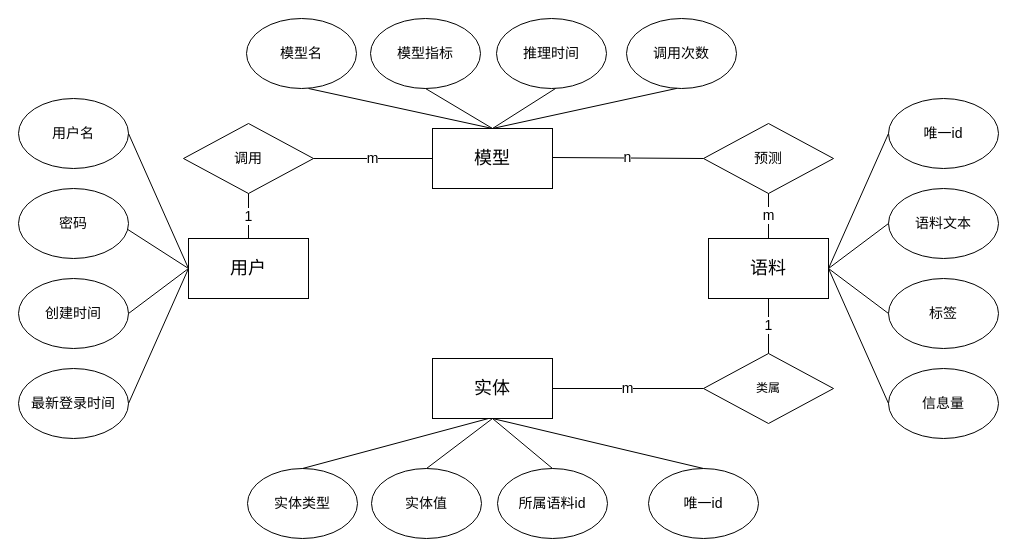
This is thesis-ch5-er.drawio from zhanghaok/diagram, a draw.io file, before an edit. Source tidied: cells renumbered, new cells numbered last; positions are measured from the earlier drawing's top-left corner, leaving out a move shared by most shapes. Both pictures are drawn from the tidied source at 100%, with x=0, y=0 at pixel (18, 18).
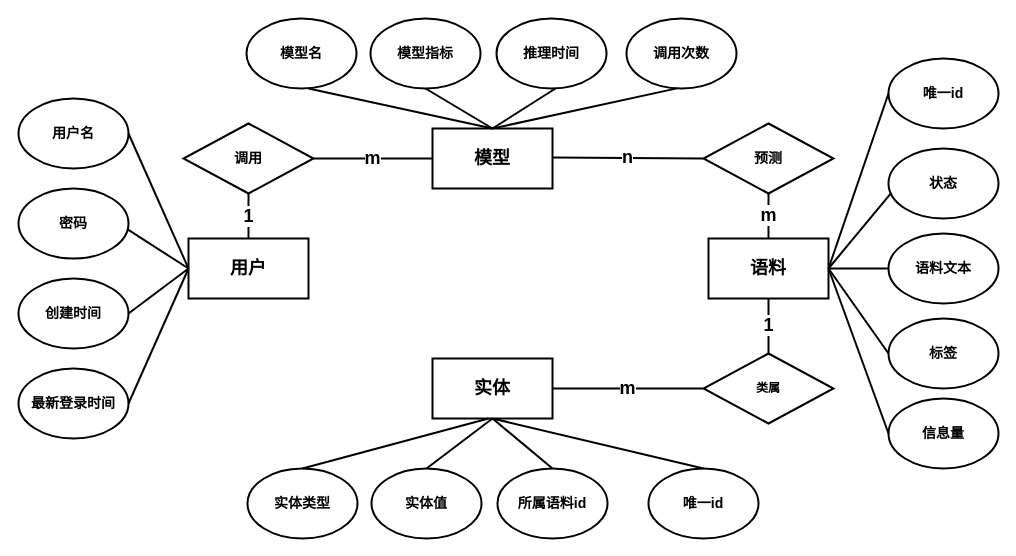
The same page after the edit.

The edit, as a diff of the source:
```diff
@@
-    <mxCell id="2" value="&lt;font style=&quot;font-size: 18px;&quot; face=&quot;宋体&quot;&gt;模型&lt;/font&gt;" style="rounded=0;whiteSpace=wrap;html=1;" parent="1" vertex="1">
+    <mxCell id="2" value="&lt;font style=&quot;font-size: 18px;&quot; face=&quot;宋体&quot;&gt;&lt;b&gt;模型&lt;/b&gt;&lt;/font&gt;" style="rounded=0;whiteSpace=wrap;html=1;strokeWidth=2;" parent="1" vertex="1">
       <mxGeometry x="414" y="110" width="120" height="60" as="geometry" />
     </mxCell>
-    <mxCell id="3" value="&lt;font style=&quot;font-size: 18px;&quot; face=&quot;宋体&quot;&gt;用户&lt;/font&gt;" style="rounded=0;whiteSpace=wrap;html=1;" parent="1" vertex="1">
+    <mxCell id="3" value="&lt;font style=&quot;font-size: 18px;&quot; face=&quot;宋体&quot;&gt;&lt;b&gt;用户&lt;/b&gt;&lt;/font&gt;" style="rounded=0;whiteSpace=wrap;html=1;strokeWidth=2;" parent="1" vertex="1">
       <mxGeometry x="170" y="220" width="120" height="60" as="geometry" />
     </mxCell>
-    <mxCell id="4" value="&lt;font style=&quot;font-size: 18px;&quot; face=&quot;宋体&quot;&gt;实体&lt;/font&gt;" style="rounded=0;whiteSpace=wrap;html=1;" parent="1" vertex="1">
+    <mxCell id="4" value="&lt;font style=&quot;font-size: 18px;&quot; face=&quot;宋体&quot;&gt;&lt;b&gt;实体&lt;/b&gt;&lt;/font&gt;" style="rounded=0;whiteSpace=wrap;html=1;strokeWidth=2;" parent="1" vertex="1">
       <mxGeometry x="414" y="340" width="120" height="60" as="geometry" />
     </mxCell>
-    <mxCell id="5" value="&lt;font style=&quot;font-size: 18px;&quot; face=&quot;宋体&quot;&gt;语料&lt;/font&gt;" style="rounded=0;whiteSpace=wrap;html=1;" parent="1" vertex="1">
+    <mxCell id="5" value="&lt;font style=&quot;font-size: 18px;&quot; face=&quot;宋体&quot;&gt;&lt;b&gt;语料&lt;/b&gt;&lt;/font&gt;" style="rounded=0;whiteSpace=wrap;html=1;strokeWidth=2;" parent="1" vertex="1">
       <mxGeometry x="690" y="220" width="120" height="60" as="geometry" />
     </mxCell>
-    <mxCell id="6" value="&lt;font style=&quot;font-size: 14px;&quot; face=&quot;宋体&quot;&gt;密码&lt;/font&gt;" style="ellipse;whiteSpace=wrap;html=1;" parent="1" vertex="1">
+    <mxCell id="6" value="&lt;font style=&quot;font-size: 14px;&quot; face=&quot;宋体&quot;&gt;&lt;b&gt;密码&lt;/b&gt;&lt;/font&gt;" style="ellipse;whiteSpace=wrap;html=1;strokeWidth=2;" parent="1" vertex="1">
       <mxGeometry y="170" width="110" height="70" as="geometry" />
     </mxCell>
-    <mxCell id="7" value="&lt;font style=&quot;font-size: 14px;&quot; face=&quot;宋体&quot;&gt;用户名&lt;/font&gt;" style="ellipse;whiteSpace=wrap;html=1;" parent="1" vertex="1">
+    <mxCell id="7" value="&lt;font style=&quot;font-size: 14px;&quot; face=&quot;宋体&quot;&gt;&lt;b&gt;用户名&lt;/b&gt;&lt;/font&gt;" style="ellipse;whiteSpace=wrap;html=1;strokeWidth=2;" parent="1" vertex="1">
       <mxGeometry y="80" width="110" height="70" as="geometry" />
     </mxCell>
-    <mxCell id="8" value="&lt;font style=&quot;font-size: 14px;&quot; face=&quot;宋体&quot;&gt;创建时间&lt;/font&gt;" style="ellipse;whiteSpace=wrap;html=1;" parent="1" vertex="1">
+    <mxCell id="8" value="&lt;font style=&quot;font-size: 14px;&quot; face=&quot;宋体&quot;&gt;&lt;b&gt;创建时间&lt;/b&gt;&lt;/font&gt;" style="ellipse;whiteSpace=wrap;html=1;strokeWidth=2;" parent="1" vertex="1">
       <mxGeometry y="260" width="110" height="70" as="geometry" />
     </mxCell>
-    <mxCell id="9" value="&lt;font style=&quot;font-size: 14px;&quot; face=&quot;宋体&quot;&gt;最新登录时间&lt;/font&gt;" style="ellipse;whiteSpace=wrap;html=1;" parent="1" vertex="1">
+    <mxCell id="9" value="&lt;font style=&quot;font-size: 14px;&quot; face=&quot;宋体&quot;&gt;&lt;b&gt;最新登录时间&lt;/b&gt;&lt;/font&gt;" style="ellipse;whiteSpace=wrap;html=1;strokeWidth=2;" parent="1" vertex="1">
       <mxGeometry y="350" width="110" height="70" as="geometry" />
     </mxCell>
-    <mxCell id="10" value="&lt;font style=&quot;font-size: 14px;&quot; face=&quot;宋体&quot;&gt;模型名&lt;/font&gt;" style="ellipse;whiteSpace=wrap;html=1;" parent="1" vertex="1">
+    <mxCell id="10" value="&lt;font style=&quot;font-size: 14px;&quot; face=&quot;宋体&quot;&gt;&lt;b&gt;模型名&lt;/b&gt;&lt;/font&gt;" style="ellipse;whiteSpace=wrap;html=1;strokeWidth=2;" parent="1" vertex="1">
       <mxGeometry x="228" width="110" height="70" as="geometry" />
     </mxCell>
-    <mxCell id="11" value="&lt;font style=&quot;font-size: 14px;&quot; face=&quot;宋体&quot;&gt;模型指标&lt;/font&gt;" style="ellipse;whiteSpace=wrap;html=1;" parent="1" vertex="1">
+    <mxCell id="11" value="&lt;font style=&quot;font-size: 14px;&quot; face=&quot;宋体&quot;&gt;&lt;b&gt;模型指标&lt;/b&gt;&lt;/font&gt;" style="ellipse;whiteSpace=wrap;html=1;strokeWidth=2;" parent="1" vertex="1">
       <mxGeometry x="352" width="110" height="70" as="geometry" />
     </mxCell>
-    <mxCell id="12" value="&lt;font style=&quot;font-size: 14px;&quot; face=&quot;宋体&quot;&gt;推理时间&lt;/font&gt;" style="ellipse;whiteSpace=wrap;html=1;" parent="1" vertex="1">
+    <mxCell id="12" value="&lt;font style=&quot;font-size: 14px;&quot; face=&quot;宋体&quot;&gt;&lt;b&gt;推理时间&lt;/b&gt;&lt;/font&gt;" style="ellipse;whiteSpace=wrap;html=1;strokeWidth=2;" parent="1" vertex="1">
       <mxGeometry x="478" width="110" height="70" as="geometry" />
     </mxCell>
-    <mxCell id="13" value="&lt;font style=&quot;font-size: 14px;&quot; face=&quot;宋体&quot;&gt;调用次数&lt;/font&gt;" style="ellipse;whiteSpace=wrap;html=1;" parent="1" vertex="1">
+    <mxCell id="13" value="&lt;font style=&quot;font-size: 14px;&quot; face=&quot;宋体&quot;&gt;&lt;b&gt;调用次数&lt;/b&gt;&lt;/font&gt;" style="ellipse;whiteSpace=wrap;html=1;strokeWidth=2;" parent="1" vertex="1">
       <mxGeometry x="608" width="110" height="70" as="geometry" />
     </mxCell>
-    <mxCell id="14" value="&lt;font style=&quot;font-size: 14px;&quot; face=&quot;宋体&quot;&gt;实体类型&lt;/font&gt;" style="ellipse;whiteSpace=wrap;html=1;" parent="1" vertex="1">
+    <mxCell id="14" value="&lt;font style=&quot;font-size: 14px;&quot; face=&quot;宋体&quot;&gt;&lt;b&gt;实体类型&lt;/b&gt;&lt;/font&gt;" style="ellipse;whiteSpace=wrap;html=1;strokeWidth=2;" parent="1" vertex="1">
       <mxGeometry x="229" y="450" width="110" height="70" as="geometry" />
     </mxCell>
-    <mxCell id="15" value="&lt;font style=&quot;font-size: 14px;&quot; face=&quot;宋体&quot;&gt;实体值&lt;/font&gt;" style="ellipse;whiteSpace=wrap;html=1;" parent="1" vertex="1">
+    <mxCell id="15" value="&lt;font style=&quot;font-size: 14px;&quot; face=&quot;宋体&quot;&gt;&lt;b&gt;实体值&lt;/b&gt;&lt;/font&gt;" style="ellipse;whiteSpace=wrap;html=1;strokeWidth=2;" parent="1" vertex="1">
       <mxGeometry x="353" y="450" width="110" height="70" as="geometry" />
     </mxCell>
-    <mxCell id="16" value="&lt;font style=&quot;font-size: 14px;&quot; face=&quot;宋体&quot;&gt;所属语料id&lt;/font&gt;" style="ellipse;whiteSpace=wrap;html=1;" parent="1" vertex="1">
+    <mxCell id="16" value="&lt;font style=&quot;font-size: 14px;&quot; face=&quot;宋体&quot;&gt;&lt;b&gt;所属语料id&lt;/b&gt;&lt;/font&gt;" style="ellipse;whiteSpace=wrap;html=1;strokeWidth=2;" parent="1" vertex="1">
       <mxGeometry x="479" y="450" width="110" height="70" as="geometry" />
     </mxCell>
-    <mxCell id="17" value="&lt;font face=&quot;宋体&quot;&gt;&lt;span style=&quot;font-size: 14px;&quot;&gt;唯一id&lt;/span&gt;&lt;/font&gt;" style="ellipse;whiteSpace=wrap;html=1;" parent="1" vertex="1">
+    <mxCell id="17" value="&lt;font face=&quot;宋体&quot;&gt;&lt;span style=&quot;font-size: 14px;&quot;&gt;&lt;b&gt;唯一id&lt;/b&gt;&lt;/span&gt;&lt;/font&gt;" style="ellipse;whiteSpace=wrap;html=1;strokeWidth=2;" parent="1" vertex="1">
       <mxGeometry x="630" y="450" width="110" height="70" as="geometry" />
     </mxCell>
-    <mxCell id="18" value="&lt;font face=&quot;宋体&quot;&gt;&lt;span style=&quot;font-size: 14px;&quot;&gt;语料文本&lt;/span&gt;&lt;/font&gt;" style="ellipse;whiteSpace=wrap;html=1;" parent="1" vertex="1">
-      <mxGeometry x="870" y="170" width="110" height="70" as="geometry" />
+    <mxCell id="18" value="&lt;font face=&quot;宋体&quot;&gt;&lt;span style=&quot;font-size: 14px;&quot;&gt;&lt;b&gt;语料文本&lt;/b&gt;&lt;/span&gt;&lt;/font&gt;" style="ellipse;whiteSpace=wrap;html=1;strokeWidth=2;" parent="1" vertex="1">
+      <mxGeometry x="870" y="215" width="110" height="70" as="geometry" />
     </mxCell>
-    <mxCell id="19" value="&lt;font face=&quot;宋体&quot;&gt;&lt;span style=&quot;font-size: 14px;&quot;&gt;唯一id&lt;/span&gt;&lt;/font&gt;" style="ellipse;whiteSpace=wrap;html=1;" parent="1" vertex="1">
-      <mxGeometry x="870" y="80" width="110" height="70" as="geometry" />
+    <mxCell id="19" value="&lt;font face=&quot;宋体&quot;&gt;&lt;span style=&quot;font-size: 14px;&quot;&gt;&lt;b&gt;唯一id&lt;/b&gt;&lt;/span&gt;&lt;/font&gt;" style="ellipse;whiteSpace=wrap;html=1;strokeWidth=2;" parent="1" vertex="1">
+      <mxGeometry x="870" y="40" width="110" height="70" as="geometry" />
     </mxCell>
-    <mxCell id="20" value="&lt;font face=&quot;宋体&quot;&gt;&lt;span style=&quot;font-size: 14px;&quot;&gt;标签&lt;/span&gt;&lt;/font&gt;" style="ellipse;whiteSpace=wrap;html=1;" parent="1" vertex="1">
-      <mxGeometry x="870" y="260" width="110" height="70" as="geometry" />
+    <mxCell id="20" value="&lt;font face=&quot;宋体&quot;&gt;&lt;span style=&quot;font-size: 14px;&quot;&gt;&lt;b&gt;标签&lt;/b&gt;&lt;/span&gt;&lt;/font&gt;" style="ellipse;whiteSpace=wrap;html=1;strokeWidth=2;" parent="1" vertex="1">
+      <mxGeometry x="870" y="300" width="110" height="70" as="geometry" />
     </mxCell>
-    <mxCell id="21" value="&lt;font style=&quot;font-size: 14px;&quot; face=&quot;宋体&quot;&gt;信息量&lt;/font&gt;" style="ellipse;whiteSpace=wrap;html=1;" parent="1" vertex="1">
-      <mxGeometry x="870" y="350" width="110" height="70" as="geometry" />
+    <mxCell id="21" value="&lt;font style=&quot;font-size: 14px;&quot; face=&quot;宋体&quot;&gt;&lt;b&gt;信息量&lt;/b&gt;&lt;/font&gt;" style="ellipse;whiteSpace=wrap;html=1;strokeWidth=2;" parent="1" vertex="1">
+      <mxGeometry x="870" y="380" width="110" height="70" as="geometry" />
     </mxCell>
-    <mxCell id="22" value="&lt;font face=&quot;宋体&quot; style=&quot;font-size: 14px;&quot;&gt;调用&lt;/font&gt;" style="rhombus;whiteSpace=wrap;html=1;" parent="1" vertex="1">
+    <mxCell id="22" value="&lt;font face=&quot;宋体&quot; style=&quot;font-size: 14px;&quot;&gt;&lt;b&gt;调用&lt;/b&gt;&lt;/font&gt;" style="rhombus;whiteSpace=wrap;html=1;strokeWidth=2;" parent="1" vertex="1">
       <mxGeometry x="165" y="105" width="130" height="70" as="geometry" />
     </mxCell>
-    <mxCell id="23" value="&lt;font style=&quot;font-size: 14px;&quot; face=&quot;宋体&quot;&gt;预测&lt;/font&gt;" style="rhombus;whiteSpace=wrap;html=1;" parent="1" vertex="1">
+    <mxCell id="23" value="&lt;font style=&quot;font-size: 14px;&quot; face=&quot;宋体&quot;&gt;&lt;b&gt;预测&lt;/b&gt;&lt;/font&gt;" style="rhombus;whiteSpace=wrap;html=1;strokeWidth=2;" parent="1" vertex="1">
       <mxGeometry x="685" y="105" width="130" height="70" as="geometry" />
     </mxCell>
-    <mxCell id="24" value="&lt;font face=&quot;宋体&quot;&gt;类属&lt;/font&gt;" style="rhombus;whiteSpace=wrap;html=1;" parent="1" vertex="1">
+    <mxCell id="24" value="&lt;font face=&quot;宋体&quot;&gt;&lt;b&gt;类属&lt;/b&gt;&lt;/font&gt;" style="rhombus;whiteSpace=wrap;html=1;strokeWidth=2;" parent="1" vertex="1">
       <mxGeometry x="685" y="335" width="130" height="70" as="geometry" />
     </mxCell>
-    <mxCell id="25" style="endArrow=none;html=1;rounded=0;entryX=0;entryY=0.5;entryDx=0;entryDy=0;exitX=1;exitY=0.5;exitDx=0;exitDy=0;" parent="1" edge="1" source="7" target="3">
+    <mxCell id="25" style="endArrow=none;html=1;rounded=0;entryX=0;entryY=0.5;entryDx=0;entryDy=0;exitX=1;exitY=0.5;exitDx=0;exitDy=0;strokeWidth=2;" parent="1" edge="1" source="7" target="3">
       <mxGeometry relative="1" as="geometry" />
     </mxCell>
-    <mxCell id="26" style="endArrow=none;html=1;rounded=0;exitX=0.992;exitY=0.584;exitDx=0;exitDy=0;entryX=0;entryY=0.5;entryDx=0;entryDy=0;exitPerimeter=0;" parent="1" edge="1" source="6" target="3">
+    <mxCell id="26" style="endArrow=none;html=1;rounded=0;exitX=0.992;exitY=0.584;exitDx=0;exitDy=0;entryX=0;entryY=0.5;entryDx=0;entryDy=0;exitPerimeter=0;strokeWidth=2;" parent="1" edge="1" source="6" target="3">
       <mxGeometry relative="1" as="geometry" />
     </mxCell>
-    <mxCell id="27" style="endArrow=none;html=1;rounded=0;exitX=1;exitY=0.5;exitDx=0;exitDy=0;entryX=0;entryY=0.5;entryDx=0;entryDy=0;" parent="1" edge="1" source="8" target="3">
+    <mxCell id="27" style="endArrow=none;html=1;rounded=0;exitX=1;exitY=0.5;exitDx=0;exitDy=0;entryX=0;entryY=0.5;entryDx=0;entryDy=0;strokeWidth=2;" parent="1" edge="1" source="8" target="3">
       <mxGeometry relative="1" as="geometry" />
     </mxCell>
-    <mxCell id="28" style="endArrow=none;html=1;rounded=0;exitX=1;exitY=0.5;exitDx=0;exitDy=0;" parent="1" edge="1" source="9">
+    <mxCell id="28" style="endArrow=none;html=1;rounded=0;exitX=1;exitY=0.5;exitDx=0;exitDy=0;strokeWidth=2;" parent="1" edge="1" source="9">
       <mxGeometry relative="1" as="geometry">
         <mxPoint x="170" y="250" as="targetPoint" />
       </mxGeometry>
     </mxCell>
-    <mxCell id="29" style="endArrow=none;html=1;rounded=0;entryX=0.5;entryY=0;entryDx=0;entryDy=0;exitX=1;exitY=0.5;exitDx=0;exitDy=0;" parent="1" edge="1" target="2">
+    <mxCell id="29" style="endArrow=none;html=1;rounded=0;entryX=0.5;entryY=0;entryDx=0;entryDy=0;exitX=1;exitY=0.5;exitDx=0;exitDy=0;strokeWidth=2;" parent="1" edge="1" target="2">
       <mxGeometry relative="1" as="geometry">
         <mxPoint x="290" y="70" as="sourcePoint" />
       </mxGeometry>
     </mxCell>
-    <mxCell id="30" style="endArrow=none;html=1;rounded=0;entryX=0.5;entryY=0;entryDx=0;entryDy=0;exitX=0.5;exitY=1;exitDx=0;exitDy=0;" parent="1" edge="1" source="11" target="2">
+    <mxCell id="30" style="endArrow=none;html=1;rounded=0;entryX=0.5;entryY=0;entryDx=0;entryDy=0;exitX=0.5;exitY=1;exitDx=0;exitDy=0;strokeWidth=2;" parent="1" edge="1" source="11" target="2">
       <mxGeometry relative="1" as="geometry" />
     </mxCell>
-    <mxCell id="31" style="endArrow=none;html=1;rounded=0;exitX=0.5;exitY=1;exitDx=0;exitDy=0;" parent="1" edge="1">
+    <mxCell id="31" style="endArrow=none;html=1;rounded=0;exitX=0.5;exitY=1;exitDx=0;exitDy=0;strokeWidth=2;" parent="1" edge="1">
       <mxGeometry relative="1" as="geometry">
         <mxPoint x="537" y="70" as="sourcePoint" />
         <mxPoint x="474" y="110" as="targetPoint" />
       </mxGeometry>
     </mxCell>
-    <mxCell id="32" style="endArrow=none;html=1;rounded=0;exitX=0.458;exitY=0.998;exitDx=0;exitDy=0;exitPerimeter=0;entryX=0.5;entryY=0;entryDx=0;entryDy=0;" parent="1" edge="1" source="13" target="2">
+    <mxCell id="32" style="endArrow=none;html=1;rounded=0;exitX=0.458;exitY=0.998;exitDx=0;exitDy=0;exitPerimeter=0;entryX=0.5;entryY=0;entryDx=0;entryDy=0;strokeWidth=2;" parent="1" edge="1" source="13" target="2">
       <mxGeometry relative="1" as="geometry" />
     </mxCell>
-    <mxCell id="33" style="endArrow=none;html=1;rounded=0;exitX=0;exitY=0.5;exitDx=0;exitDy=0;entryX=1;entryY=0.5;entryDx=0;entryDy=0;" parent="1" edge="1" source="19" target="5">
+    <mxCell id="33" style="endArrow=none;html=1;rounded=0;exitX=0;exitY=0.5;exitDx=0;exitDy=0;entryX=1;entryY=0.5;entryDx=0;entryDy=0;strokeWidth=2;" parent="1" edge="1" source="19" target="5">
       <mxGeometry relative="1" as="geometry" />
     </mxCell>
-    <mxCell id="34" style="endArrow=none;html=1;rounded=0;exitX=0;exitY=0.5;exitDx=0;exitDy=0;" parent="1" edge="1" source="18">
+    <mxCell id="34" style="endArrow=none;html=1;rounded=0;exitX=0;exitY=0.5;exitDx=0;exitDy=0;strokeWidth=2;" parent="1" edge="1" source="18">
       <mxGeometry relative="1" as="geometry">
         <mxPoint x="810" y="250" as="targetPoint" />
       </mxGeometry>
     </mxCell>
-    <mxCell id="35" style="endArrow=none;html=1;rounded=0;exitX=0;exitY=0.5;exitDx=0;exitDy=0;" parent="1" edge="1" source="20">
+    <mxCell id="35" style="endArrow=none;html=1;rounded=0;exitX=0;exitY=0.5;exitDx=0;exitDy=0;strokeWidth=2;" parent="1" edge="1" source="20">
       <mxGeometry relative="1" as="geometry">
         <mxPoint x="810" y="250" as="targetPoint" />
       </mxGeometry>
     </mxCell>
-    <mxCell id="36" style="endArrow=none;html=1;rounded=0;exitX=0;exitY=0.5;exitDx=0;exitDy=0;" parent="1" edge="1" source="21">
+    <mxCell id="36" style="endArrow=none;html=1;rounded=0;exitX=0;exitY=0.5;exitDx=0;exitDy=0;strokeWidth=2;" parent="1" edge="1" source="21">
       <mxGeometry relative="1" as="geometry">
         <mxPoint x="810" y="250" as="targetPoint" />
       </mxGeometry>
     </mxCell>
-    <mxCell id="37" style="endArrow=none;html=1;rounded=0;exitX=0.5;exitY=1;exitDx=0;exitDy=0;entryX=0.5;entryY=0;entryDx=0;entryDy=0;" parent="1" edge="1" source="4" target="17">
+    <mxCell id="37" style="endArrow=none;html=1;rounded=0;exitX=0.5;exitY=1;exitDx=0;exitDy=0;entryX=0.5;entryY=0;entryDx=0;entryDy=0;strokeWidth=2;" parent="1" edge="1" source="4" target="17">
       <mxGeometry relative="1" as="geometry" />
     </mxCell>
-    <mxCell id="38" style="endArrow=none;html=1;rounded=0;exitX=0.5;exitY=1;exitDx=0;exitDy=0;entryX=0.5;entryY=0;entryDx=0;entryDy=0;" parent="1" edge="1" source="4" target="16">
+    <mxCell id="38" style="endArrow=none;html=1;rounded=0;exitX=0.5;exitY=1;exitDx=0;exitDy=0;entryX=0.5;entryY=0;entryDx=0;entryDy=0;strokeWidth=2;" parent="1" edge="1" source="4" target="16">
       <mxGeometry relative="1" as="geometry" />
     </mxCell>
-    <mxCell id="39" style="endArrow=none;html=1;rounded=0;entryX=0.5;entryY=0;entryDx=0;entryDy=0;exitX=0.5;exitY=1;exitDx=0;exitDy=0;" parent="1" edge="1" source="4" target="15">
+    <mxCell id="39" style="endArrow=none;html=1;rounded=0;entryX=0.5;entryY=0;entryDx=0;entryDy=0;exitX=0.5;exitY=1;exitDx=0;exitDy=0;strokeWidth=2;" parent="1" edge="1" source="4" target="15">
       <mxGeometry relative="1" as="geometry" />
     </mxCell>
-    <mxCell id="40" style="endArrow=none;html=1;rounded=0;entryX=0.5;entryY=0;entryDx=0;entryDy=0;" parent="1" edge="1" target="14">
+    <mxCell id="40" style="endArrow=none;html=1;rounded=0;entryX=0.5;entryY=0;entryDx=0;entryDy=0;strokeWidth=2;" parent="1" edge="1" target="14">
       <mxGeometry relative="1" as="geometry">
         <mxPoint x="470" y="400" as="sourcePoint" />
       </mxGeometry>
     </mxCell>
-    <mxCell id="41" value="1" style="endArrow=none;html=1;rounded=0;entryX=0.5;entryY=0;entryDx=0;entryDy=0;exitX=0.5;exitY=1;exitDx=0;exitDy=0;fontSize=14;" parent="1" edge="1" source="22" target="3">
+    <mxCell id="41" value="&lt;font style=&quot;font-size: 18px;&quot;&gt;&lt;b&gt;1&lt;/b&gt;&lt;/font&gt;" style="endArrow=none;html=1;rounded=0;entryX=0.5;entryY=0;entryDx=0;entryDy=0;exitX=0.5;exitY=1;exitDx=0;exitDy=0;fontSize=14;strokeWidth=2;" parent="1" edge="1" source="22" target="3">
       <mxGeometry relative="1" as="geometry" />
     </mxCell>
-    <mxCell id="42" value="m" style="endArrow=none;html=1;rounded=0;entryX=1;entryY=0.5;entryDx=0;entryDy=0;exitX=0;exitY=0.5;exitDx=0;exitDy=0;fontSize=14;" parent="1" edge="1" source="2" target="22">
+    <mxCell id="42" value="&lt;font style=&quot;font-size: 18px;&quot;&gt;&lt;b&gt;m&lt;/b&gt;&lt;/font&gt;" style="endArrow=none;html=1;rounded=0;entryX=1;entryY=0.5;entryDx=0;entryDy=0;exitX=0;exitY=0.5;exitDx=0;exitDy=0;fontSize=14;strokeWidth=2;" parent="1" edge="1" source="2" target="22">
       <mxGeometry relative="1" as="geometry" />
     </mxCell>
-    <mxCell id="43" value="n" style="endArrow=none;html=1;rounded=0;entryX=1;entryY=0.5;entryDx=0;entryDy=0;exitX=0;exitY=0.5;exitDx=0;exitDy=0;fontSize=14;" parent="1" edge="1" source="23">
+    <mxCell id="43" value="&lt;font style=&quot;font-size: 18px;&quot;&gt;&lt;b&gt;n&lt;/b&gt;&lt;/font&gt;" style="endArrow=none;html=1;rounded=0;entryX=1;entryY=0.5;entryDx=0;entryDy=0;exitX=0;exitY=0.5;exitDx=0;exitDy=0;fontSize=14;strokeWidth=2;" parent="1" edge="1" source="23">
       <mxGeometry relative="1" as="geometry">
         <mxPoint x="534" y="139" as="targetPoint" />
       </mxGeometry>
     </mxCell>
-    <mxCell id="44" value="m" style="endArrow=none;html=1;rounded=0;exitX=0.5;exitY=0;exitDx=0;exitDy=0;fontSize=14;" parent="1" edge="1" source="5" target="23">
+    <mxCell id="44" value="&lt;font style=&quot;font-size: 18px;&quot;&gt;&lt;b&gt;m&lt;/b&gt;&lt;/font&gt;" style="endArrow=none;html=1;rounded=0;exitX=0.5;exitY=0;exitDx=0;exitDy=0;fontSize=14;strokeWidth=2;" parent="1" edge="1" source="5" target="23">
       <mxGeometry relative="1" as="geometry" />
     </mxCell>
-    <mxCell id="45" value="1" style="endArrow=none;html=1;rounded=0;entryX=0.5;entryY=1;entryDx=0;entryDy=0;fontSize=14;" parent="1" edge="1" source="24" target="5">
+    <mxCell id="45" value="&lt;b&gt;&lt;font style=&quot;font-size: 18px;&quot;&gt;1&lt;/font&gt;&lt;/b&gt;" style="endArrow=none;html=1;rounded=0;entryX=0.5;entryY=1;entryDx=0;entryDy=0;fontSize=14;strokeWidth=2;" parent="1" edge="1" source="24" target="5">
       <mxGeometry relative="1" as="geometry" />
     </mxCell>
-    <mxCell id="46" value="m" style="endArrow=none;html=1;rounded=0;entryX=1;entryY=0.5;entryDx=0;entryDy=0;exitX=0;exitY=0.5;exitDx=0;exitDy=0;fontSize=14;" parent="1" edge="1" source="24" target="4">
+    <mxCell id="46" value="&lt;font style=&quot;font-size: 18px;&quot;&gt;&lt;b&gt;m&lt;/b&gt;&lt;/font&gt;" style="endArrow=none;html=1;rounded=0;entryX=1;entryY=0.5;entryDx=0;entryDy=0;exitX=0;exitY=0.5;exitDx=0;exitDy=0;fontSize=14;strokeWidth=2;" parent="1" edge="1" source="24" target="4">
       <mxGeometry relative="1" as="geometry" />
     </mxCell>
+    <mxCell id="47" value="&lt;font face=&quot;宋体&quot;&gt;&lt;span style=&quot;font-size: 14px;&quot;&gt;&lt;b&gt;状态&lt;/b&gt;&lt;/span&gt;&lt;/font&gt;" style="ellipse;whiteSpace=wrap;html=1;strokeWidth=2;" parent="1" vertex="1">
+      <mxGeometry x="870" y="130" width="110" height="70" as="geometry" />
+    </mxCell>
+    <mxCell id="48" style="endArrow=none;html=1;rounded=0;exitX=0.027;exitY=0.629;exitDx=0;exitDy=0;strokeWidth=2;exitPerimeter=0;" parent="1" edge="1" source="47">
+      <mxGeometry relative="1" as="geometry">
+        <mxPoint x="810" y="250" as="targetPoint" />
+      </mxGeometry>
+    </mxCell>
```
